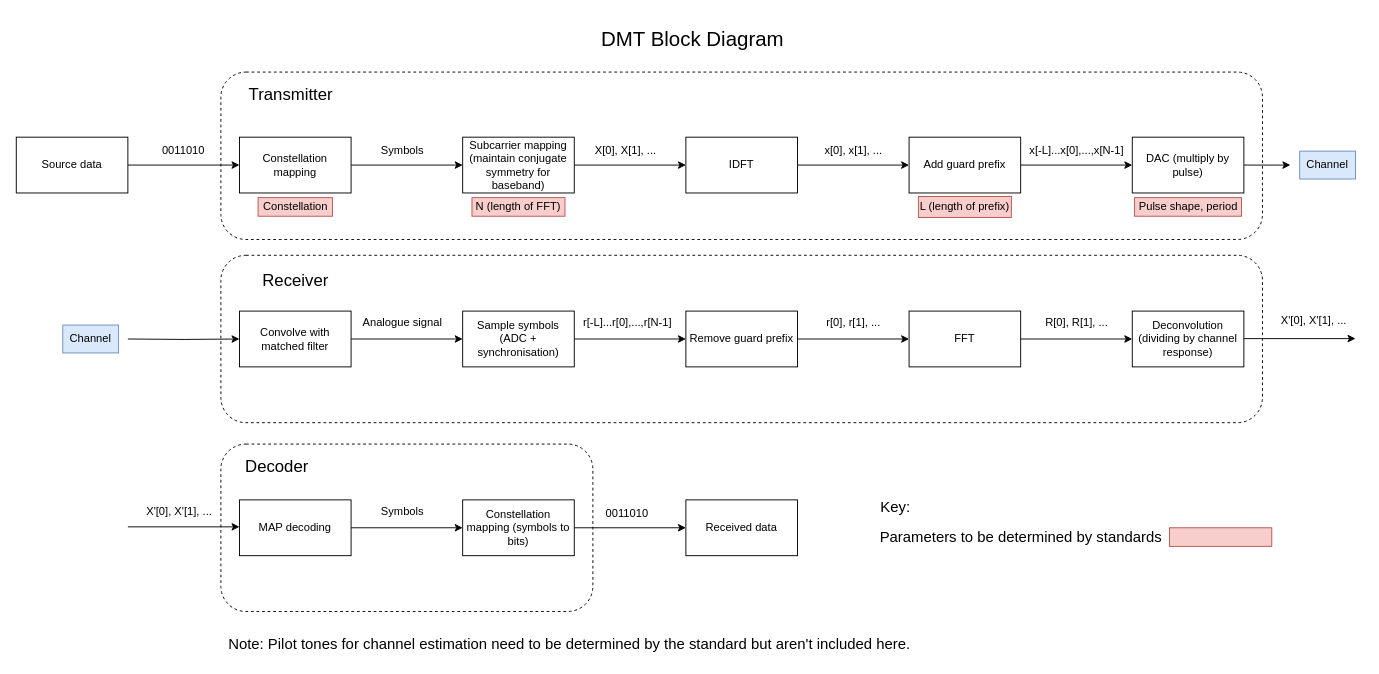
This is OFDM.drawio from barkermrl/AudioModem, a draw.io file, before an edit. Source tidied: cells renumbered, new cells numbered last; positions are measured from the earlier drawing's top-left corner, leaving out a move shared by most shapes. Both pictures are drawn from the tidied source at 93%, with x=0, y=0 at pixel (16, 25). Pictures stored in the file or linked from it are replaced by grey dashed boxes.
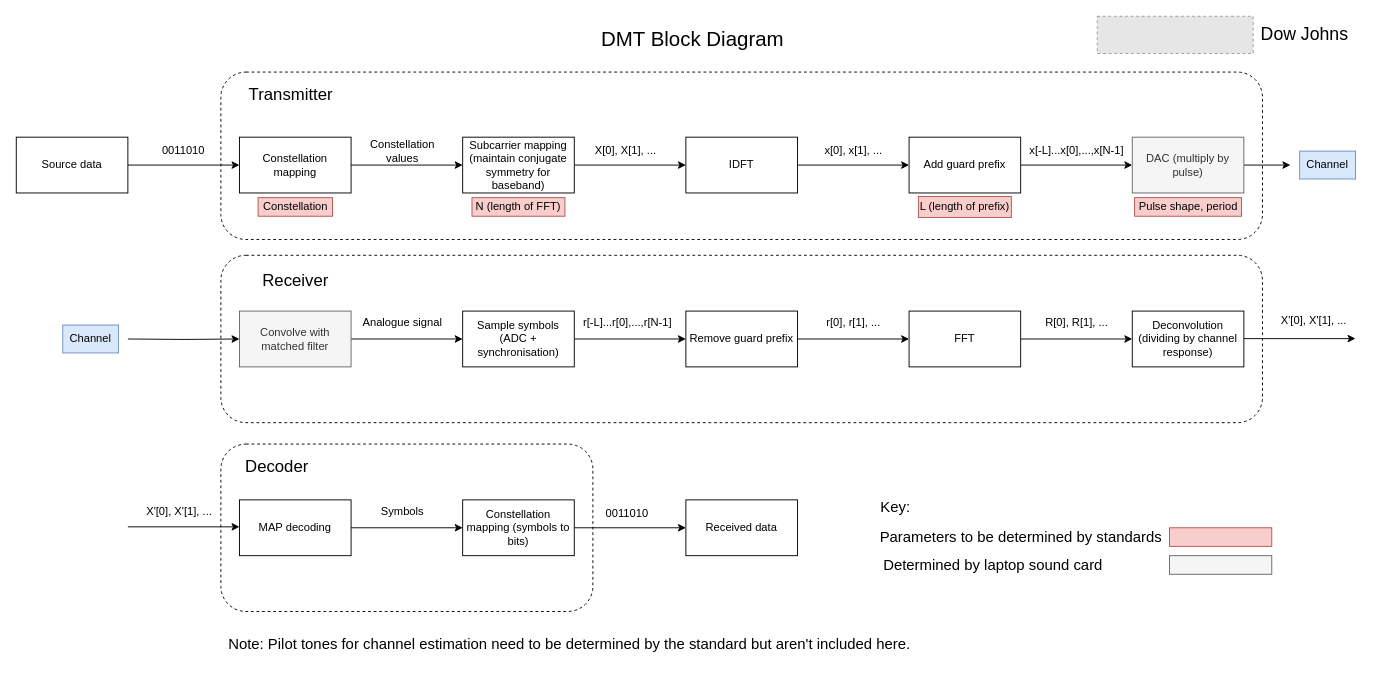
After the change.

The edit, as a diff of the source:
```diff
@@
-    <mxCell id="16" value="DAC (multiply by pulse)" style="whiteSpace=wrap;html=1;rounded=0;" parent="1" vertex="1">
+    <mxCell id="16" value="DAC (multiply by pulse)" style="whiteSpace=wrap;html=1;rounded=0;fillColor=#f5f5f5;strokeColor=#666666;fontColor=#333333;" parent="1" vertex="1">
       <mxGeometry x="1200" y="120" width="120" height="60" as="geometry" />
     </mxCell>
@@
-    <mxCell id="23" value="Convolve with matched filter" style="rounded=0;whiteSpace=wrap;html=1;" parent="1" vertex="1">
+    <mxCell id="23" value="Convolve with matched filter" style="rounded=0;whiteSpace=wrap;html=1;fillColor=#f5f5f5;fontColor=#333333;strokeColor=#666666;" parent="1" vertex="1">
       <mxGeometry x="240" y="307" width="120" height="60" as="geometry" />
     </mxCell>
@@
-    <mxCell id="37" value="Symbols" style="text;html=1;align=center;verticalAlign=middle;strokeColor=none;fillColor=none;" parent="1" vertex="1">
-      <mxGeometry x="385" y="125" width="60" height="20" as="geometry" />
+    <mxCell id="37" value="Constellation&lt;br&gt;values" style="text;html=1;align=center;verticalAlign=middle;strokeColor=none;fillColor=none;" parent="1" vertex="1">
+      <mxGeometry x="375" y="120" width="80" height="30" as="geometry" />
     </mxCell>
@@
+    <mxCell id="61" value="Determined by laptop sound card" style="text;html=1;align=center;verticalAlign=middle;strokeColor=none;fillColor=none;fontSize=16;" parent="1" vertex="1">
+      <mxGeometry x="925" y="570" width="250" height="20" as="geometry" />
+    </mxCell>
+    <mxCell id="62" style="rounded=0;whiteSpace=wrap;html=1;fontSize=18;fillColor=#f5f5f5;strokeColor=#666666;fontColor=#333333;" parent="1" vertex="1">
+      <mxGeometry x="1240" y="570" width="110" height="20" as="geometry" />
+    </mxCell>
+    <mxCell id="63" style="fillColor=#E6E6E6;strokeColor=#999999;dashed=1;verticalLabelPosition=bottom;verticalAlign=top;" parent="1" vertex="1">
+      <mxGeometry x="1162.3" y="-10" width="167.7" height="40" as="geometry" />
+    </mxCell>
+    <mxCell id="64" value="Dow Johns" style="text;html=1;align=center;verticalAlign=middle;strokeColor=none;fillColor=none;fontSize=19;" parent="1" vertex="1">
+      <mxGeometry x="1330" y="-5" width="110" height="30" as="geometry" />
+    </mxCell>
```
